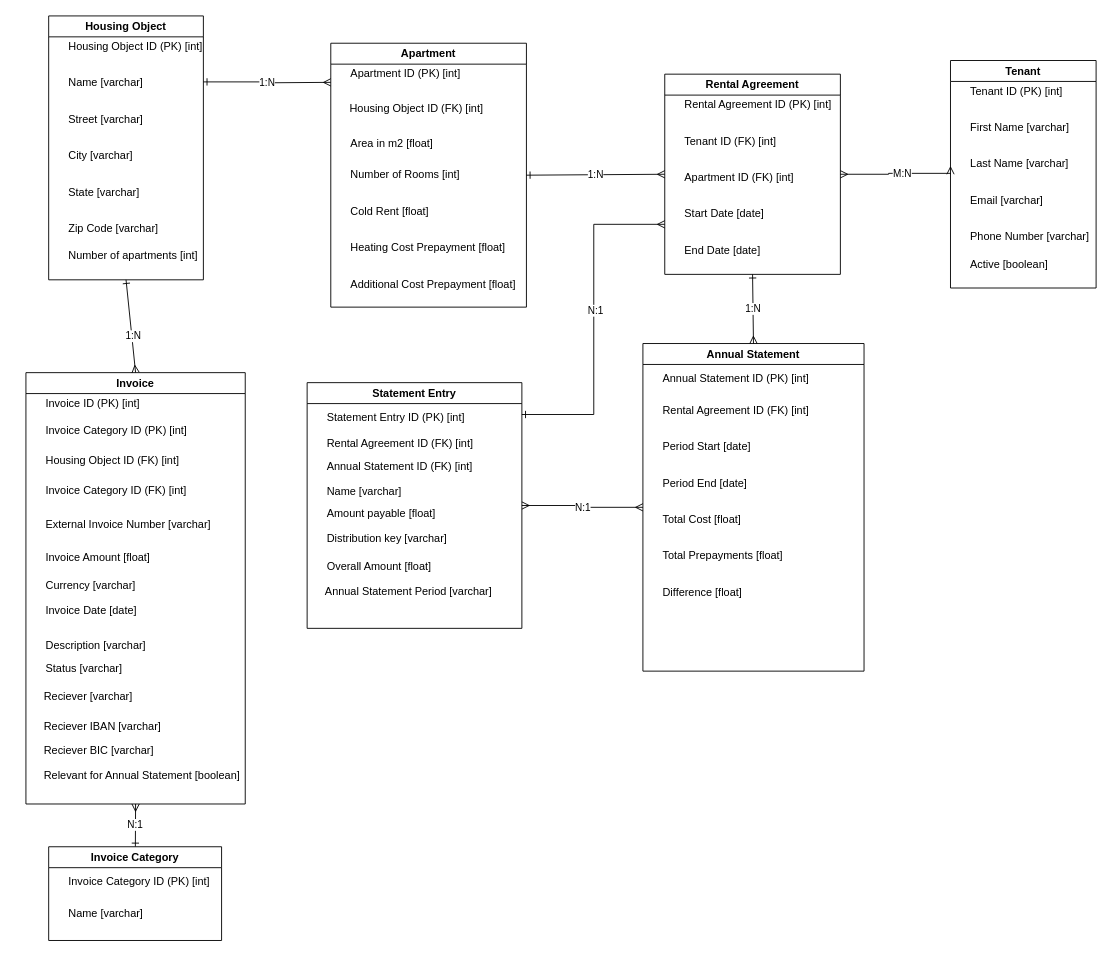
Earlier version of the draw.io diagram docs/ERM-Tenant-Management.drawio (Ainges/DPE-2024-Backend). Source tidied: cells renumbered, new cells numbered last; positions are measured from the earlier drawing's top-left corner, leaving out a move shared by most shapes. Both pictures are drawn from the tidied source at 91%, with x=0, y=0 at pixel (25, 15).
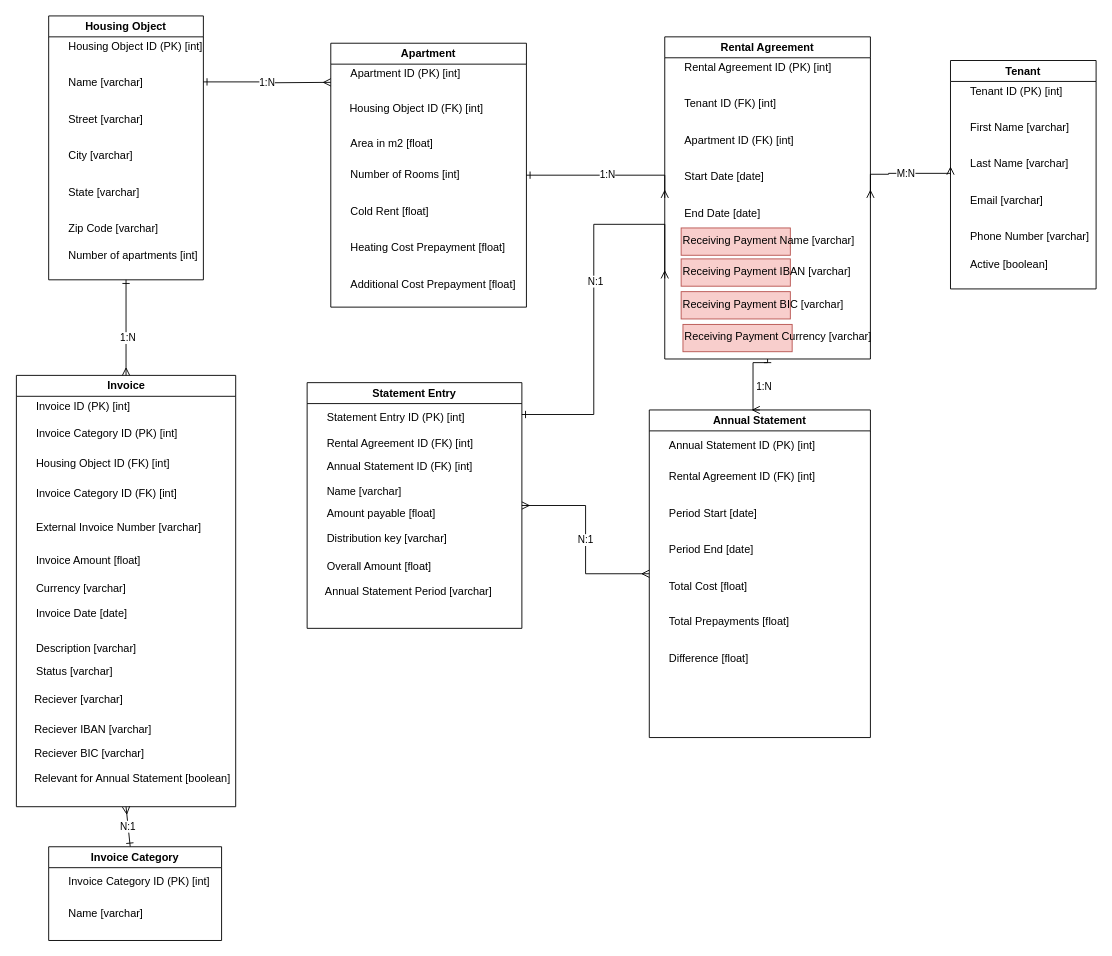
The same page after the edit.

Diff of the diagram source:
```diff
@@
     <mxCell id="2" value="Tenant" style="swimlane;whiteSpace=wrap;html=1;" parent="1" vertex="1">
-      <mxGeometry x="1016" y="49" width="160" height="250" as="geometry" />
+      <mxGeometry x="1016" y="49" width="160" height="251" as="geometry" />
     </mxCell>
@@
     <mxCell id="25" value="Rental Agreement" style="swimlane;whiteSpace=wrap;html=1;" parent="1" vertex="1">
-      <mxGeometry x="702" y="64" width="193" height="220" as="geometry" />
+      <mxGeometry x="702" y="23" width="226" height="354" as="geometry" />
     </mxCell>
@@
+    <mxCell id="76" value="Receiving Payment Name [varchar]" style="text;fillColor=#f8cecc;strokeColor=#b85450;" parent="25" vertex="1">
+      <mxGeometry x="18" y="210" width="120" height="30" as="geometry" />
+    </mxCell>
+    <mxCell id="77" value="Receiving Payment IBAN [varchar]" style="text;fillColor=#f8cecc;strokeColor=#b85450;" parent="25" vertex="1">
+      <mxGeometry x="18" y="244" width="120" height="30" as="geometry" />
+    </mxCell>
+    <mxCell id="78" value="Receiving Payment BIC [varchar]" style="text;fillColor=#f8cecc;strokeColor=#b85450;" parent="25" vertex="1">
+      <mxGeometry x="18" y="280" width="120" height="30" as="geometry" />
+    </mxCell>
+    <mxCell id="79" value="Receiving Payment Currency [varchar]" style="text;fillColor=#f8cecc;strokeColor=#b85450;" parent="25" vertex="1">
+      <mxGeometry x="20" y="316" width="120" height="30" as="geometry" />
+    </mxCell>
     <mxCell id="31" value="Invoice" style="swimlane;whiteSpace=wrap;html=1;" parent="1" vertex="1">
-      <mxGeometry y="392" width="241" height="474" as="geometry" />
+      <mxGeometry x="-10.5" y="395" width="241" height="474" as="geometry" />
     </mxCell>
@@
     <mxCell id="46" value="Annual Statement" style="swimlane;whiteSpace=wrap;html=1;" parent="1" vertex="1">
-      <mxGeometry x="678" y="360" width="243" height="360" as="geometry" />
+      <mxGeometry x="685" y="433" width="243" height="360" as="geometry" />
     </mxCell>
@@
     <mxCell id="56" value="1:N" style="edgeStyle=orthogonalEdgeStyle;rounded=0;jettySize=auto;html=1;exitX=0.5;exitY=1;exitDx=0;exitDy=0;startArrow=ERone;startFill=0;endArrow=ERmany;endFill=0;entryX=0.5;entryY=0;entryDx=0;entryDy=0;" parent="1" edge="1" source="25" target="46">
-      <mxGeometry relative="1" as="geometry">
+      <mxGeometry x="0.19" y="12" relative="1" as="geometry">
         <Array as="points">
-          <mxPoint x="799" y="360" />
+          <mxPoint x="815" y="381" />
+          <mxPoint x="799" y="381" />
+          <mxPoint x="799" y="433" />
         </Array>
       </mxGeometry>
     </mxCell>
```
